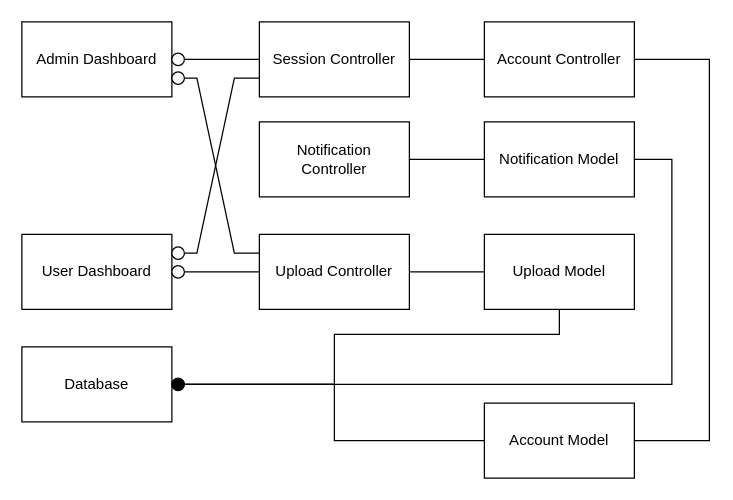
Before: Logical View.drawio in LutherCeltors/python_project, a draw.io diagram. Source tidied: cells renumbered, new cells numbered last; positions are measured from the earlier drawing's top-left corner, leaving out a move shared by most shapes. Both pictures are drawn from the tidied source at 125%, with x=0, y=0 at pixel (21, 21).
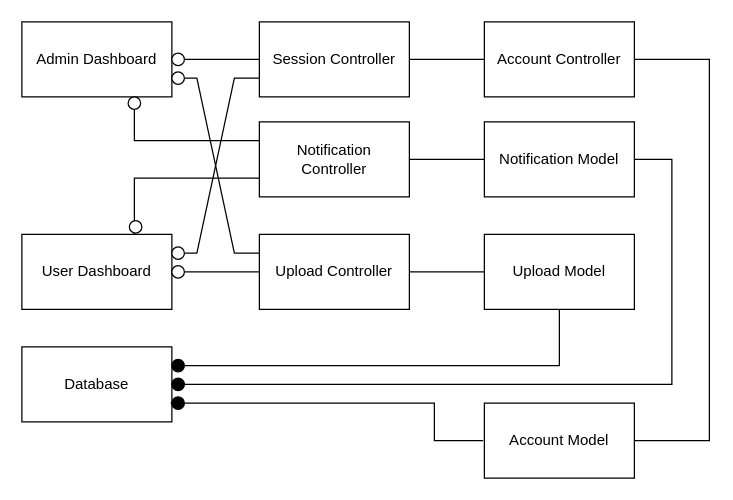
The same page after the edit.

Unchanged cells that the change refers to:
```xml
<mxCell id="2" value="Admin Dashboard" style="rounded=0;whiteSpace=wrap;html=1;" parent="1" vertex="1">
  <mxGeometry width="120" height="60" as="geometry" />
</mxCell>
<mxCell id="5" value="User Dashboard" style="rounded=0;whiteSpace=wrap;html=1;" parent="1" vertex="1">
  <mxGeometry y="170" width="120" height="60" as="geometry" />
</mxCell>
<mxCell id="6" value="Upload Model" style="rounded=0;whiteSpace=wrap;html=1;" parent="1" vertex="1">
  <mxGeometry x="370" y="170" width="120" height="60" as="geometry" />
</mxCell>
<mxCell id="8" value="Database" style="rounded=0;whiteSpace=wrap;html=1;" parent="1" vertex="1">
  <mxGeometry y="260" width="120" height="60" as="geometry" />
</mxCell>
<mxCell id="9" value="Account Model" style="rounded=0;whiteSpace=wrap;html=1;" parent="1" vertex="1">
  <mxGeometry x="370" y="305" width="120" height="60" as="geometry" />
</mxCell>
<mxCell id="28" value="Notification &lt;br&gt;Controller" style="rounded=0;whiteSpace=wrap;html=1;" parent="1" vertex="1">
  <mxGeometry x="190" y="80" width="120" height="60" as="geometry" />
</mxCell>
<mxCell id="32" style="ellipse;whiteSpace=wrap;html=1;fillColor=#000000;" parent="1" vertex="1">
  <mxGeometry x="120" y="285" width="10" height="10" as="geometry" />
</mxCell>
```

What changed in the source:
```diff
@@
-    <mxCell id="12" style="endArrow=none;html=1;rounded=0;exitX=1;exitY=0.5;exitDx=0;exitDy=0;entryX=0;entryY=0.5;entryDx=0;entryDy=0;" parent="1" edge="1" source="32" target="9">
-      <mxGeometry relative="1" as="geometry">
-        <Array as="points">
-          <mxPoint x="250" y="290" />
-          <mxPoint x="250" y="335" />
-        </Array>
-      </mxGeometry>
-    </mxCell>
-    <mxCell id="13" style="endArrow=none;html=1;rounded=0;entryX=0.5;entryY=1;entryDx=0;entryDy=0;exitX=1;exitY=0.5;exitDx=0;exitDy=0;" parent="1" edge="1" source="32" target="6">
-      <mxGeometry relative="1" as="geometry">
-        <Array as="points">
-          <mxPoint x="250" y="290" />
-          <mxPoint x="250" y="270" />
-          <mxPoint x="250" y="250" />
-          <mxPoint x="430" y="250" />
-        </Array>
-      </mxGeometry>
-    </mxCell>
@@
+    <mxCell id="34" style="endArrow=none;html=1;rounded=0;entryX=0;entryY=0.25;entryDx=0;entryDy=0;exitX=0.75;exitY=1;exitDx=0;exitDy=0;" parent="1" edge="1" source="2" target="28">
+      <mxGeometry relative="1" as="geometry">
+        <Array as="points">
+          <mxPoint x="90" y="95" />
+        </Array>
+      </mxGeometry>
+    </mxCell>
+    <mxCell id="35" style="endArrow=none;html=1;rounded=0;entryX=0;entryY=0.75;entryDx=0;entryDy=0;exitX=0.75;exitY=0;exitDx=0;exitDy=0;" parent="1" edge="1" source="5" target="28">
+      <mxGeometry relative="1" as="geometry">
+        <Array as="points">
+          <mxPoint x="90" y="125" />
+        </Array>
+      </mxGeometry>
+    </mxCell>
+    <mxCell id="36" style="ellipse;whiteSpace=wrap;html=1;" parent="1" vertex="1">
+      <mxGeometry x="85" y="60" width="10" height="10" as="geometry" />
+    </mxCell>
+    <mxCell id="37" style="ellipse;whiteSpace=wrap;html=1;" parent="1" vertex="1">
+      <mxGeometry x="86" y="159" width="10" height="10" as="geometry" />
+    </mxCell>
+    <mxCell id="38" style="endArrow=none;html=1;rounded=0;entryX=0.5;entryY=1;entryDx=0;entryDy=0;exitX=1;exitY=0.25;exitDx=0;exitDy=0;" parent="1" edge="1" source="8" target="6">
+      <mxGeometry relative="1" as="geometry">
+        <Array as="points">
+          <mxPoint x="430" y="275" />
+        </Array>
+      </mxGeometry>
+    </mxCell>
+    <mxCell id="39" style="endArrow=none;html=1;rounded=0;entryX=0;entryY=0.5;entryDx=0;entryDy=0;exitX=1;exitY=0.75;exitDx=0;exitDy=0;" parent="1" edge="1">
+      <mxGeometry relative="1" as="geometry">
+        <mxPoint x="119" y="305" as="sourcePoint" />
+        <mxPoint x="369" y="335" as="targetPoint" />
+        <Array as="points">
+          <mxPoint x="330" y="305" />
+          <mxPoint x="330" y="335" />
+        </Array>
+      </mxGeometry>
+    </mxCell>
+    <mxCell id="40" style="ellipse;whiteSpace=wrap;html=1;fillColor=#000000;" parent="1" vertex="1">
+      <mxGeometry x="120" y="300" width="10" height="10" as="geometry" />
+    </mxCell>
+    <mxCell id="41" style="ellipse;whiteSpace=wrap;html=1;fillColor=#000000;" parent="1" vertex="1">
+      <mxGeometry x="120" y="270" width="10" height="10" as="geometry" />
+    </mxCell>
```
